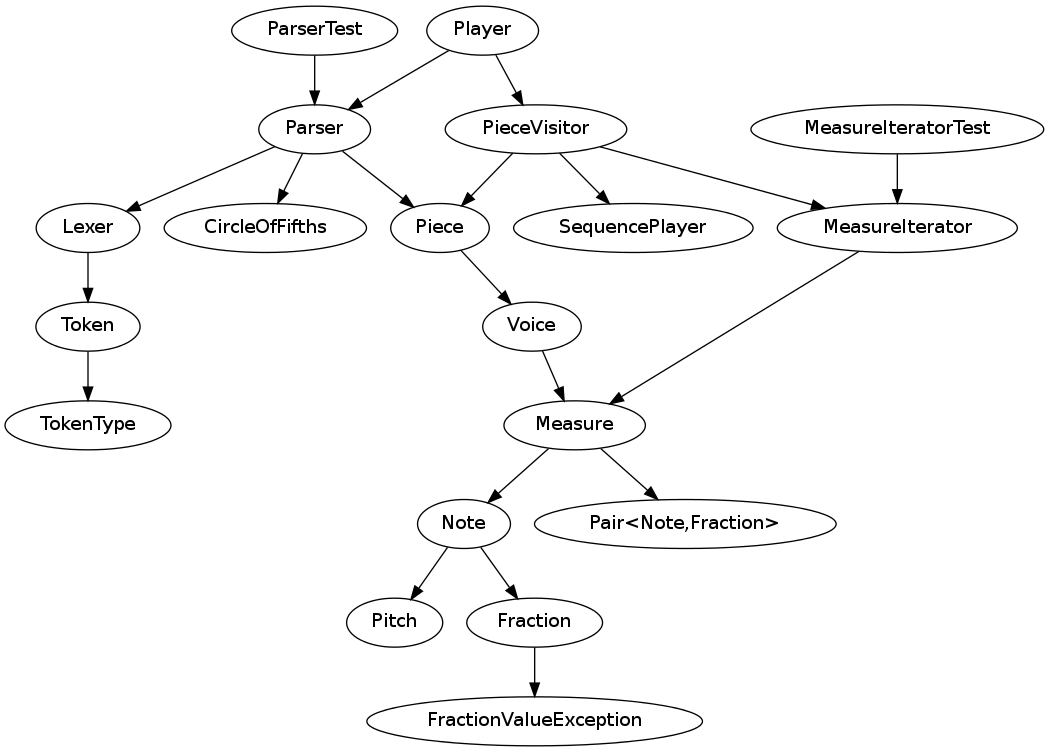
Zomega/abcplayer keeps this Graphviz diagram as docs/classes.png. Above is the earlier version. Its source is kept beside it as docs/classes.dot.
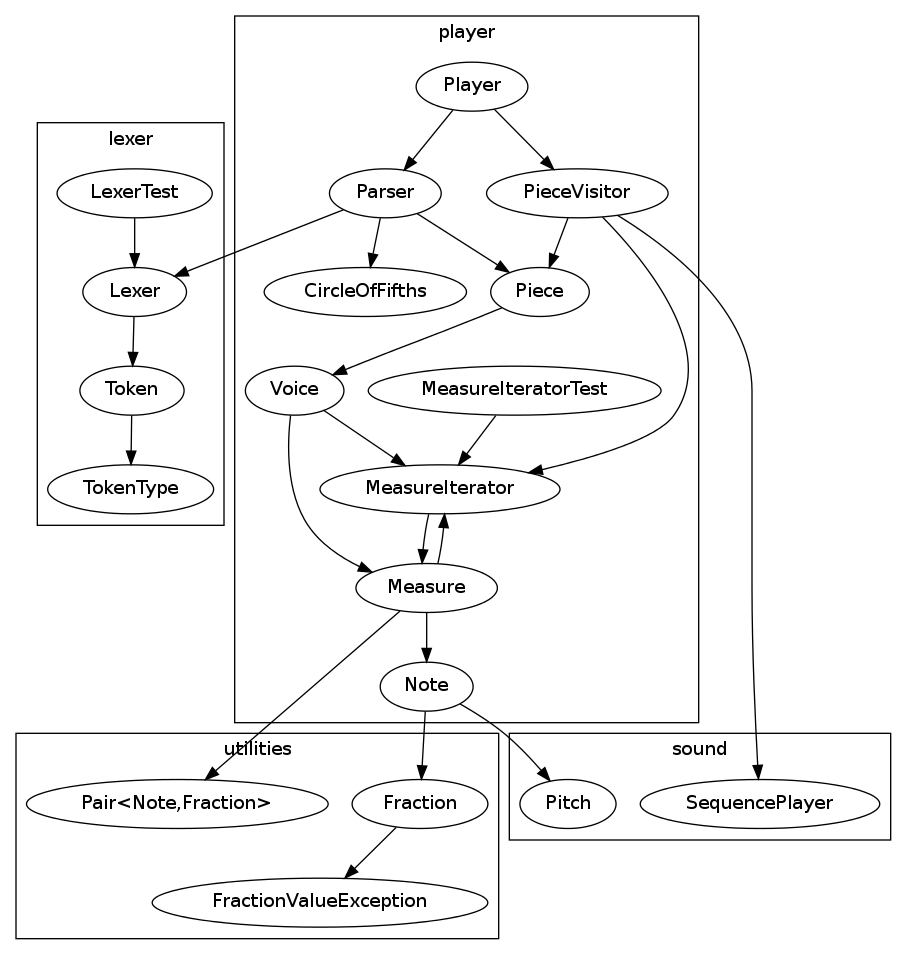
Later version of the same file.

Commit message:
Updates depends diagram. Now with packages.

The edit, as a diff of the source:
```diff
@@ -1,17 +1,50 @@
 
 
 digraph Classes {
+	subgraph cluster_lexer {
+		label = "lexer";
+		Lexer;
+		Token;
+		TokenType;
+		LexerTest;
+	}
+	subgraph cluster_utilities {
+		label = "utilities";
+		Fraction;
+		FractionValueException;
+		"Pair<Note,Fraction>";
+	}
+	subgraph cluster_sound {
+		label = "sound";
+		Pitch;
+		SequencePlayer;
+	}
+	subgraph cluster_player {
+		label = "player";
+		Parser;
+		Player;
+		PieceVisitor;
+		Piece;
+		CircleOfFifths;
+		Voice;
+		MeasureIterator;
+		Measure;
+		Note;
+		MeasureIteratorTest;
+	}
 	Parser -> Lexer -> Token->TokenType;
 	Parser -> CircleOfFifths
 	Parser -> Piece;
 	PieceVisitor -> Piece;
 	PieceVisitor -> MeasureIterator->Measure;
+	Measure->MeasureIterator;
+	Voice->MeasureIterator;
 	Piece->Voice->Measure->Note;
 	Measure->"Pair<Note,Fraction>";
 	Note->Pitch;
 	Note->Fraction->FractionValueException;
 	Player -> Parser;
 	Player -> PieceVisitor -> SequencePlayer;
-	ParserTest->Parser;
+	LexerTest->Lexer;
 	MeasureIteratorTest->MeasureIterator;
 }
```
